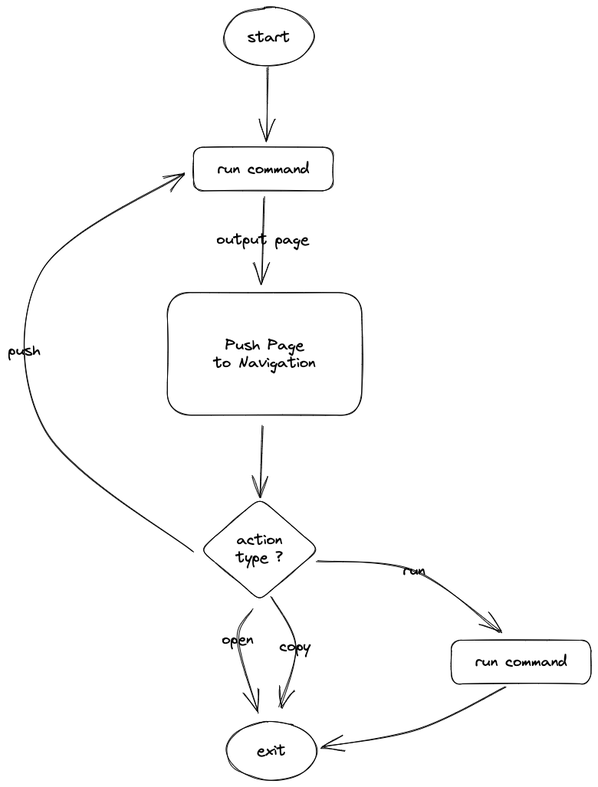
pomdtr/sunbeam keeps this Excalidraw diagram as docs/getting-started/event-loop.excalidraw.png. Above is the earlier version. Source tidied: one line per element, renumbered; positions are measured from the earlier drawing's top-left corner, leaving out a move shared by most shapes.
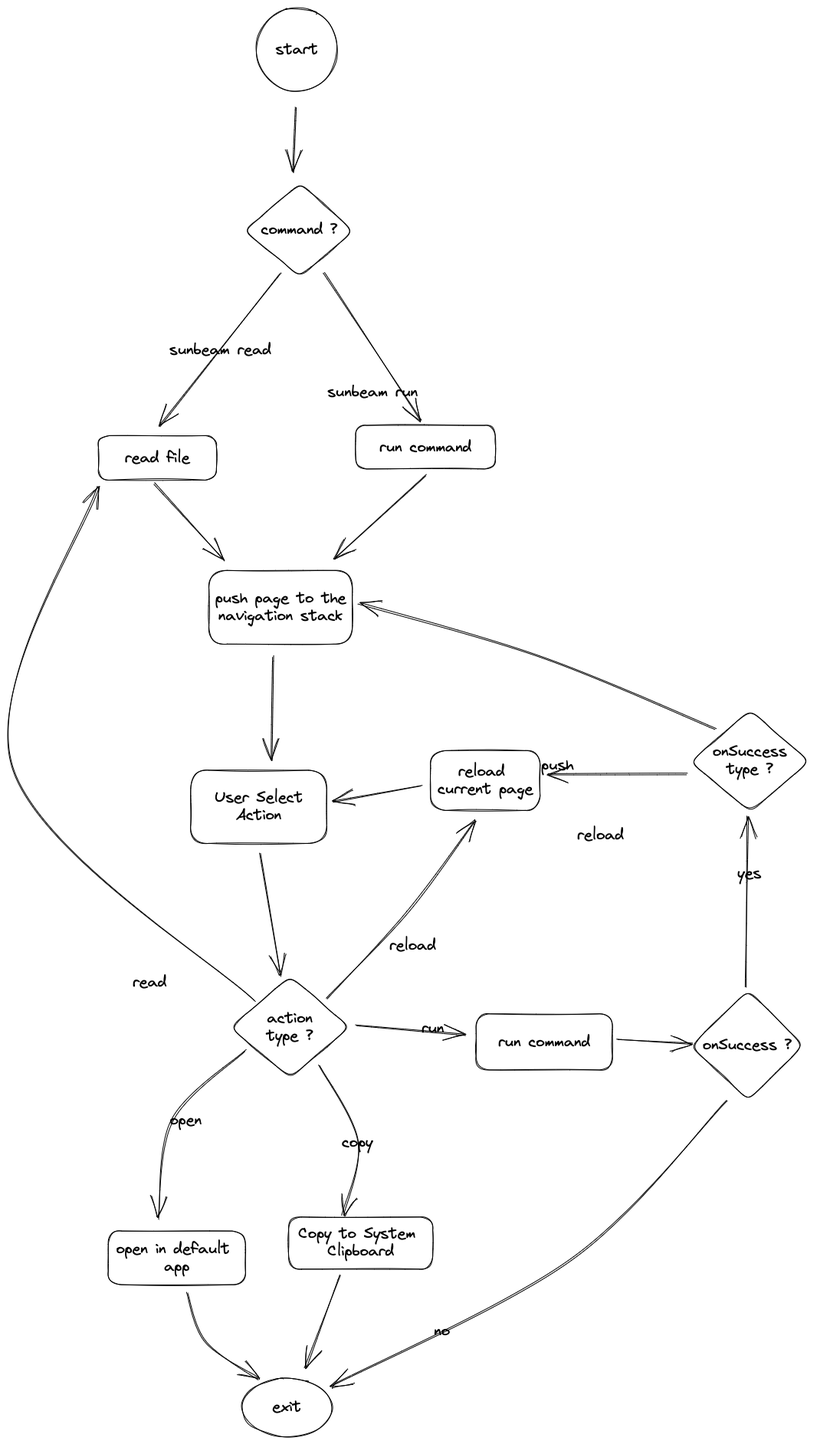
After the change.

Commit message:
update event loop

Change to the diagram source:
```diff
@@ -1,25 +1,59 @@
-{"id": 0, "type": "ellipse", "strokeColor": "#000000", "strokeWidth": 1, "roughness": 1, "round": true, "x": 282, "y": 0, "width": 118, "height": 76}
-{"id": 1, "type": "text", "text": "start", "strokeColor": "#000000", "strokeWidth": 1, "roughness": 1, "fontSize": 20, "fontFamily": 1, "textAlign": "center", "verticalAlign": "middle", "inside": 0, "x": 313, "y": 26, "width": 56, "height": 23}
-{"id": 2, "type": "rectangle", "strokeColor": "#000000", "strokeWidth": 1, "roughness": 1, "round": true, "x": 208, "y": 372, "width": 254, "height": 160}
-{"id": 3, "type": "text", "text": "Push Page\nto Navigation", "strokeColor": "#000000", "strokeWidth": 1, "roughness": 1, "fontSize": 20, "fontFamily": 1, "textAlign": "center", "verticalAlign": "middle", "inside": 2, "x": 268, "y": 429, "width": 134, "height": 46}
-{"id": 4, "type": "rectangle", "strokeColor": "#000000", "strokeWidth": 1, "roughness": 1, "round": true, "x": 243, "y": 182, "width": 182, "height": 57}
-{"id": 5, "type": "text", "text": "run command", "strokeColor": "#000000", "strokeWidth": 1, "roughness": 1, "fontSize": 20, "fontFamily": 1, "textAlign": "center", "verticalAlign": "middle", "inside": 4, "x": 273, "y": 199, "width": 121, "height": 23}
+{"id": 25, "type": "rectangle", "strokeColor": "#000000", "strokeWidth": 1, "roughness": 1, "round": true, "x": 379, "y": -98, "width": 182, "height": 57}
+{"id": 26, "type": "text", "text": "run command", "strokeColor": "#000000", "strokeWidth": 1, "roughness": 1, "fontSize": 20, "fontFamily": 1, "textAlign": "center", "verticalAlign": "middle", "inside": 25, "x": 409, "y": -81, "width": 121, "height": 23}
-{"id": 6, "type": "arrow", "strokeColor": "#000000", "strokeWidth": 1, "roughness": 1, "endArrowhead": "arrow", "round": true, "from": 0, "to": 4, "x": 339, "y": 77, "width": 0, "height": 97, "points": [[0, 0], [0, 97]]}
+{"id": 6, "type": "arrow", "strokeColor": "#000000", "strokeWidth": 1, "roughness": 1, "endArrowhead": "arrow", "round": true, "from": 66, "to": 25, "x": 337, "y": -297, "width": 128, "height": 194, "points": [[0, 0], [128, 194]]}
-{"id": 7, "type": "arrow", "strokeColor": "#000000", "strokeWidth": 1, "roughness": 1, "endArrowhead": "arrow", "round": true, "from": 4, "to": 2, "x": 335, "y": 248, "width": 4, "height": 111, "points": [[0, 0], [-4, 111]]}
-{"id": 8, "type": "text", "text": "output page", "strokeColor": "#000000", "strokeWidth": 1, "roughness": 1, "fontSize": 20, "fontFamily": 1, "textAlign": "center", "verticalAlign": "middle", "inside": 7, "x": 272, "y": 291, "width": 121, "height": 23}
-{"id": 9, "type": "arrow", "strokeColor": "#000000", "strokeWidth": 1, "roughness": 1, "endArrowhead": "arrow", "round": true, "from": 2, "to": 10, "x": 333, "y": 547, "width": 4, "height": 92, "points": [[0, 0], [-4, 92]]}
-{"id": 10, "type": "diamond", "strokeColor": "#000000", "strokeWidth": 1, "roughness": 1, "round": true, "x": 251, "y": 640, "width": 155, "height": 133}
+{"id": 27, "type": "text", "text": "sunbeam run", "strokeColor": "#000000", "strokeWidth": 1, "roughness": 1, "fontSize": 20, "fontFamily": 1, "textAlign": "center", "verticalAlign": "middle", "inside": 6, "x": 341, "y": -153, "width": 119, "height": 23}
+{"id": 28, "type": "diamond", "strokeColor": "#000000", "strokeWidth": 1, "roughness": 1, "round": true, "x": 215, "y": 620, "width": 155, "height": 133}
-{"id": 11, "type": "text", "text": "action\ntype ?", "strokeColor": "#000000", "strokeWidth": 1, "roughness": 1, "fontSize": 20, "fontFamily": 1, "textAlign": "center", "verticalAlign": "middle", "inside": 10, "x": 298, "y": 683, "width": 62, "height": 46}
+{"id": 11, "type": "text", "text": "action\ntype ?", "strokeColor": "#000000", "strokeWidth": 1, "roughness": 1, "fontSize": 20, "fontFamily": 1, "textAlign": "center", "verticalAlign": "middle", "inside": 28, "x": 262, "y": 664, "width": 62, "height": 46}
-{"id": 12, "type": "arrow", "strokeColor": "#000000", "strokeWidth": 1, "roughness": 1, "endArrowhead": "arrow", "round": true, "from": 10, "to": 4, "x": 243, "y": 710, "width": 200, "height": 494, "points": [[0, 0], [-196, -161], [-200, -364], [-12, -494]]}
-{"id": 13, "type": "text", "text": "push", "strokeColor": "#000000", "strokeWidth": 1, "roughness": 1, "fontSize": 20, "fontFamily": 1, "textAlign": "center", "verticalAlign": "middle", "inside": 12, "x": 0, "y": 436, "width": 43, "height": 23}
-{"id": 14, "type": "ellipse", "strokeColor": "#000000", "strokeWidth": 1, "roughness": 1, "round": true, "x": 285, "y": 932, "width": 118, "height": 76}
+{"id": 14, "type": "ellipse", "strokeColor": "#000000", "strokeWidth": 1, "roughness": 1, "round": true, "x": 230, "y": 1145, "width": 118, "height": 76}
-{"id": 15, "type": "text", "text": "exit", "strokeColor": "#000000", "strokeWidth": 1, "roughness": 1, "fontSize": 20, "fontFamily": 1, "textAlign": "center", "verticalAlign": "middle", "inside": 14, "x": 324, "y": 958, "width": 39, "height": 23}
+{"id": 15, "type": "text", "text": "exit", "strokeColor": "#000000", "strokeWidth": 1, "roughness": 1, "fontSize": 20, "fontFamily": 1, "textAlign": "center", "verticalAlign": "middle", "inside": 14, "x": 269, "y": 1172, "width": 39, "height": 23}
-{"id": 16, "type": "arrow", "strokeColor": "#000000", "strokeWidth": 1, "roughness": 1, "endArrowhead": "arrow", "round": true, "from": 10, "to": 14, "x": 319, "y": 785, "width": 27, "height": 135, "points": [[0, 0], [-19, 40], [7, 135]]}
+{"id": 16, "type": "arrow", "strokeColor": "#000000", "strokeWidth": 1, "roughness": 1, "endArrowhead": "arrow", "round": true, "from": 28, "to": 60, "x": 235, "y": 717, "width": 114, "height": 221, "points": [[0, 0], [-96, 91], [-114, 221]]}
-{"id": 17, "type": "text", "text": "open", "strokeColor": "#000000", "strokeWidth": 1, "roughness": 1, "fontSize": 20, "fontFamily": 1, "textAlign": "center", "verticalAlign": "middle", "inside": 16, "x": 279, "y": 813, "width": 42, "height": 23}
+{"id": 17, "type": "text", "text": "open", "strokeColor": "#000000", "strokeWidth": 1, "roughness": 1, "fontSize": 20, "fontFamily": 1, "textAlign": "center", "verticalAlign": "middle", "inside": 16, "x": 136, "y": 797, "width": 42, "height": 23}
-{"id": 18, "type": "arrow", "strokeColor": "#000000", "strokeWidth": 1, "roughness": 1, "endArrowhead": "arrow", "round": true, "from": 10, "to": 14, "x": 344, "y": 769, "width": 30, "height": 145, "points": [[0, 0], [30, 65], [10, 145]]}
+{"id": 18, "type": "arrow", "strokeColor": "#000000", "strokeWidth": 1, "roughness": 1, "endArrowhead": "arrow", "round": true, "from": 28, "to": 62, "x": 332, "y": 737, "width": 49, "height": 197, "points": [[0, 0], [49, 100], [30, 197]]}
-{"id": 19, "type": "text", "text": "copy", "strokeColor": "#000000", "strokeWidth": 1, "roughness": 1, "fontSize": 20, "fontFamily": 1, "textAlign": "center", "verticalAlign": "middle", "inside": 18, "x": 354, "y": 822, "width": 41, "height": 23}
+{"id": 19, "type": "text", "text": "copy", "strokeColor": "#000000", "strokeWidth": 1, "roughness": 1, "fontSize": 20, "fontFamily": 1, "textAlign": "center", "verticalAlign": "middle", "inside": 18, "x": 360, "y": 826, "width": 41, "height": 23}
-{"id": 20, "type": "rectangle", "strokeColor": "#000000", "strokeWidth": 1, "roughness": 1, "round": true, "x": 579, "y": 825, "width": 182, "height": 57}
-{"id": 21, "type": "text", "text": "run command", "strokeColor": "#000000", "strokeWidth": 1, "roughness": 1, "fontSize": 20, "fontFamily": 1, "textAlign": "center", "verticalAlign": "middle", "inside": 20, "x": 609, "y": 842, "width": 121, "height": 23}
-{"id": 22, "type": "arrow", "strokeColor": "#000000", "strokeWidth": 1, "roughness": 1, "endArrowhead": "arrow", "round": true, "from": 10, "to": 20, "x": 402, "y": 723, "width": 240, "height": 92, "points": [[0, 0], [128, 11], [240, 92]]}
+{"id": 29, "type": "rectangle", "strokeColor": "#000000", "strokeWidth": 1, "roughness": 1, "round": true, "x": 43, "y": -84, "width": 154, "height": 58}
+{"id": 30, "type": "text", "text": "read file", "strokeColor": "#000000", "strokeWidth": 1, "roughness": 1, "fontSize": 20, "fontFamily": 1, "textAlign": "center", "verticalAlign": "middle", "inside": 29, "x": 77, "y": -67, "width": 86, "height": 23}
+{"id": 31, "type": "arrow", "strokeColor": "#000000", "strokeWidth": 1, "roughness": 1, "endArrowhead": "arrow", "round": true, "from": 66, "to": 29, "x": 281, "y": -296, "width": 157, "height": 200, "points": [[0, 0], [-157, 200]]}
+{"id": 32, "type": "text", "text": "sunbeam read", "strokeColor": "#000000", "strokeWidth": 1, "roughness": 1, "fontSize": 20, "fontFamily": 1, "textAlign": "center", "verticalAlign": "middle", "inside": 31, "x": 135, "y": -208, "width": 134, "height": 23}
+{"id": 33, "type": "arrow", "strokeColor": "#000000", "strokeWidth": 1, "roughness": 1, "endArrowhead": "arrow", "round": true, "from": 28, "to": 36, "x": 380, "y": 686, "width": 142, "height": 12, "points": [[0, 0], [142, 12]]}
-{"id": 23, "type": "text", "text": "run", "strokeColor": "#000000", "strokeWidth": 1, "roughness": 1, "fontSize": 20, "fontFamily": 1, "textAlign": "center", "verticalAlign": "middle", "inside": 22, "x": 515, "y": 723, "width": 30, "height": 23}
+{"id": 23, "type": "text", "text": "run", "strokeColor": "#000000", "strokeWidth": 1, "roughness": 1, "fontSize": 20, "fontFamily": 1, "textAlign": "center", "verticalAlign": "middle", "inside": 33, "x": 464, "y": 677, "width": 30, "height": 23}
-{"id": 24, "type": "arrow", "strokeColor": "#000000", "strokeWidth": 1, "roughness": 1, "endArrowhead": "arrow", "round": true, "from": 20, "to": 14, "x": 650, "y": 886, "width": 239, "height": 80, "points": [[0, 0], [-114, 56], [-239, 80]]}
+{"id": 34, "type": "arrow", "strokeColor": "#000000", "strokeWidth": 1, "roughness": 1, "endArrowhead": "arrow", "round": true, "from": 28, "to": 29, "x": 248, "y": 654, "width": 317, "height": 673, "points": [[0, 0], [-317, -306], [-205, -673]]}
+{"id": 35, "type": "text", "text": "\nread", "strokeColor": "#000000", "strokeWidth": 1, "roughness": 1, "fontSize": 20, "fontFamily": 1, "textAlign": "center", "verticalAlign": "middle", "inside": 34, "x": 87, "y": 595, "width": 45, "height": 46}
+{"id": 36, "type": "rectangle", "strokeColor": "#000000", "strokeWidth": 1, "roughness": 1, "round": true, "x": 536, "y": 670, "width": 178, "height": 73}
+{"id": 37, "type": "text", "text": "run command", "strokeColor": "#000000", "strokeWidth": 1, "roughness": 1, "fontSize": 20, "fontFamily": 1, "textAlign": "center", "verticalAlign": "middle", "inside": 36, "x": 564, "y": 695, "width": 121, "height": 23}
+{"id": 38, "type": "arrow", "strokeColor": "#000000", "strokeWidth": 1, "roughness": 1, "endArrowhead": "arrow", "round": true, "from": 70, "to": 14, "x": 863, "y": 782, "width": 518, "height": 373, "points": [[0, 0], [-202, 208], [-518, 373]]}
+{"id": 39, "type": "text", "text": "no", "strokeColor": "#000000", "strokeWidth": 1, "roughness": 1, "fontSize": 20, "fontFamily": 1, "textAlign": "center", "verticalAlign": "middle", "inside": 38, "x": 481, "y": 1072, "width": 21, "height": 23}
+{"id": 40, "type": "diamond", "strokeColor": "#000000", "strokeWidth": 1, "roughness": 1, "round": true, "x": 815, "y": 274, "width": 155, "height": 133}
+{"id": 41, "type": "text", "text": "onSuccess\ntype ?", "strokeColor": "#000000", "strokeWidth": 1, "roughness": 1, "fontSize": 20, "fontFamily": 1, "textAlign": "center", "verticalAlign": "middle", "inside": 40, "x": 844, "y": 317, "width": 98, "height": 46}
+{"id": 42, "type": "arrow", "strokeColor": "#000000", "strokeWidth": 1, "roughness": 1, "endArrowhead": "arrow", "round": true, "from": 70, "to": 40, "x": 888, "y": 634, "width": 2, "height": 223, "points": [[0, 0], [2, -223]]}
+{"id": 43, "type": "text", "text": "yes", "strokeColor": "#000000", "strokeWidth": 1, "roughness": 1, "fontSize": 20, "fontFamily": 1, "textAlign": "center", "verticalAlign": "middle", "inside": 42, "x": 876, "y": 475, "width": 32, "height": 23}
+{"id": 44, "type": "arrow", "strokeColor": "#000000", "strokeWidth": 1, "roughness": 1, "endArrowhead": "arrow", "round": true, "from": 29, "to": 53, "x": 115, "y": -23, "width": 93, "height": 101, "points": [[0, 0], [93, 101]]}
+{"id": 45, "type": "arrow", "strokeColor": "#000000", "strokeWidth": 1, "roughness": 1, "endArrowhead": "arrow", "round": true, "from": 25, "to": 53, "x": 470, "y": -33, "width": 119, "height": 110, "points": [[0, 0], [-119, 110]]}
+{"id": 46, "type": "arrow", "strokeColor": "#000000", "strokeWidth": 1, "roughness": 1, "endArrowhead": "arrow", "round": true, "from": 40, "to": 53, "x": 848, "y": 299, "width": 466, "height": 165, "points": [[0, 0], [-229, -95], [-466, -165]]}
+{"id": 13, "type": "text", "text": "push", "strokeColor": "#000000", "strokeWidth": 1, "roughness": 1, "fontSize": 20, "fontFamily": 1, "textAlign": "center", "verticalAlign": "middle", "inside": 46, "x": 620, "y": 335, "width": 43, "height": 23}
+{"id": 47, "type": "rectangle", "strokeColor": "#000000", "strokeWidth": 1, "roughness": 1, "round": true, "x": 476, "y": 327, "width": 143, "height": 78}
+{"id": 48, "type": "text", "text": "reload \ncurrent page", "strokeColor": "#000000", "strokeWidth": 1, "roughness": 1, "fontSize": 20, "fontFamily": 1, "textAlign": "center", "verticalAlign": "middle", "inside": 47, "x": 485, "y": 343, "width": 125, "height": 46}
+{"id": 49, "type": "arrow", "strokeColor": "#000000", "strokeWidth": 1, "roughness": 1, "endArrowhead": "arrow", "round": true, "from": 40, "to": 47, "x": 811, "y": 357, "width": 182, "height": 0, "points": [[0, 0], [-182, 0]]}
+{"id": 50, "type": "text", "text": "reload", "strokeColor": "#000000", "strokeWidth": 1, "roughness": 1, "fontSize": 20, "fontFamily": 1, "textAlign": "center", "verticalAlign": "middle", "inside": 49, "x": 667, "y": 425, "width": 62, "height": 23}
+{"id": 51, "type": "arrow", "strokeColor": "#000000", "strokeWidth": 1, "roughness": 1, "endArrowhead": "arrow", "round": true, "from": 28, "to": 47, "x": 341, "y": 651, "width": 193, "height": 231, "points": [[0, 0], [106, -114], [193, -231]]}
+{"id": 52, "type": "text", "text": "reload", "strokeColor": "#000000", "strokeWidth": 1, "roughness": 1, "fontSize": 20, "fontFamily": 1, "textAlign": "center", "verticalAlign": "middle", "inside": 51, "x": 422, "y": 569, "width": 62, "height": 23}
+{"id": 53, "type": "rectangle", "strokeColor": "#000000", "strokeWidth": 1, "roughness": 1, "round": true, "x": 187, "y": 91, "width": 187, "height": 96}
+{"id": 54, "type": "text", "text": "push page to the\nnavigation stack", "strokeColor": "#000000", "strokeWidth": 1, "roughness": 1, "fontSize": 20, "fontFamily": 1, "textAlign": "center", "verticalAlign": "middle", "inside": 53, "x": 195, "y": 116, "width": 172, "height": 46}
+{"id": 55, "type": "rectangle", "strokeColor": "#000000", "strokeWidth": 1, "roughness": 1, "round": true, "x": 163, "y": 352, "width": 177, "height": 95}
+{"id": 56, "type": "text", "text": "User Select\nAction", "strokeColor": "#000000", "strokeWidth": 1, "roughness": 1, "fontSize": 20, "fontFamily": 1, "textAlign": "center", "verticalAlign": "middle", "inside": 55, "x": 194, "y": 376, "width": 116, "height": 46}
+{"id": 57, "type": "arrow", "strokeColor": "#000000", "strokeWidth": 1, "roughness": 1, "endArrowhead": "arrow", "round": true, "from": 47, "to": 55, "x": 464, "y": 372, "width": 116, "height": 21, "points": [[0, 0], [-116, 21]]}
+{"id": 58, "type": "arrow", "strokeColor": "#000000", "strokeWidth": 1, "roughness": 1, "endArrowhead": "arrow", "round": true, "from": 53, "to": 55, "x": 272, "y": 203, "width": 2, "height": 137, "points": [[0, 0], [-2, 137]]}
+{"id": 59, "type": "arrow", "strokeColor": "#000000", "strokeWidth": 1, "roughness": 1, "endArrowhead": "arrow", "round": true, "from": 55, "to": 28, "x": 254, "y": 459, "width": 26, "height": 162, "points": [[0, 0], [26, 162]]}
+{"id": 60, "type": "rectangle", "strokeColor": "#000000", "strokeWidth": 1, "roughness": 1, "round": true, "x": 56, "y": 953, "width": 179, "height": 70}
+{"id": 61, "type": "text", "text": "open in default \napp", "strokeColor": "#000000", "strokeWidth": 1, "roughness": 1, "fontSize": 20, "fontFamily": 1, "textAlign": "center", "verticalAlign": "middle", "inside": 60, "x": 66, "y": 965, "width": 159, "height": 46}
+{"id": 62, "type": "rectangle", "strokeColor": "#000000", "strokeWidth": 1, "roughness": 1, "round": true, "x": 291, "y": 935, "width": 188, "height": 68}
+{"id": 63, "type": "text", "text": "Copy to System \nClipboard", "strokeColor": "#000000", "strokeWidth": 1, "roughness": 1, "fontSize": 20, "fontFamily": 1, "textAlign": "center", "verticalAlign": "middle", "inside": 62, "x": 303, "y": 946, "width": 164, "height": 46}
+{"id": 64, "type": "arrow", "strokeColor": "#000000", "strokeWidth": 1, "roughness": 1, "endArrowhead": "arrow", "round": true, "from": 60, "to": 14, "x": 159, "y": 1033, "width": 94, "height": 114, "points": [[0, 0], [25, 65], [94, 114]]}
+{"id": 65, "type": "arrow", "strokeColor": "#000000", "strokeWidth": 1, "roughness": 1, "endArrowhead": "arrow", "round": true, "from": 62, "to": 14, "x": 358, "y": 1010, "width": 46, "height": 123, "points": [[0, 0], [-46, 123]]}
+{"id": 66, "type": "diamond", "strokeColor": "#000000", "strokeWidth": 1, "roughness": 1, "round": true, "x": 234, "y": -414, "width": 142, "height": 122}
+{"id": 67, "type": "text", "text": "command ?", "strokeColor": "#000000", "strokeWidth": 1, "roughness": 1, "fontSize": 20, "fontFamily": 1, "textAlign": "center", "verticalAlign": "middle", "inside": 66, "x": 255, "y": -364, "width": 101, "height": 23}
+{"id": 68, "type": "ellipse", "strokeColor": "#000000", "strokeWidth": 1, "roughness": 1, "round": true, "x": 249, "y": -643, "width": 106, "height": 109}
+{"id": 1, "type": "text", "text": "start", "strokeColor": "#000000", "strokeWidth": 1, "roughness": 1, "fontSize": 20, "fontFamily": 1, "textAlign": "center", "verticalAlign": "middle", "inside": 68, "x": 274, "y": -600, "width": 56, "height": 23}
+{"id": 69, "type": "arrow", "strokeColor": "#000000", "strokeWidth": 1, "roughness": 1, "endArrowhead": "arrow", "round": true, "from": 68, "to": 66, "x": 301, "y": -514, "width": 3, "height": 86, "points": [[0, 0], [-3, 86]]}
+{"id": 70, "type": "diamond", "strokeColor": "#000000", "strokeWidth": 1, "roughness": 1, "round": true, "x": 816, "y": 639, "width": 148, "height": 143}
+{"id": 71, "type": "text", "text": "onSuccess ?", "strokeColor": "#000000", "strokeWidth": 1, "roughness": 1, "fontSize": 20, "fontFamily": 1, "textAlign": "center", "verticalAlign": "middle", "inside": 70, "x": 831, "y": 699, "width": 117, "height": 23}
+{"id": 72, "type": "arrow", "strokeColor": "#000000", "strokeWidth": 1, "roughness": 1, "endArrowhead": "arrow", "round": true, "from": 36, "to": 70, "x": 720, "y": 703, "width": 97, "height": 5, "points": [[0, 0], [97, 5]]}
```
